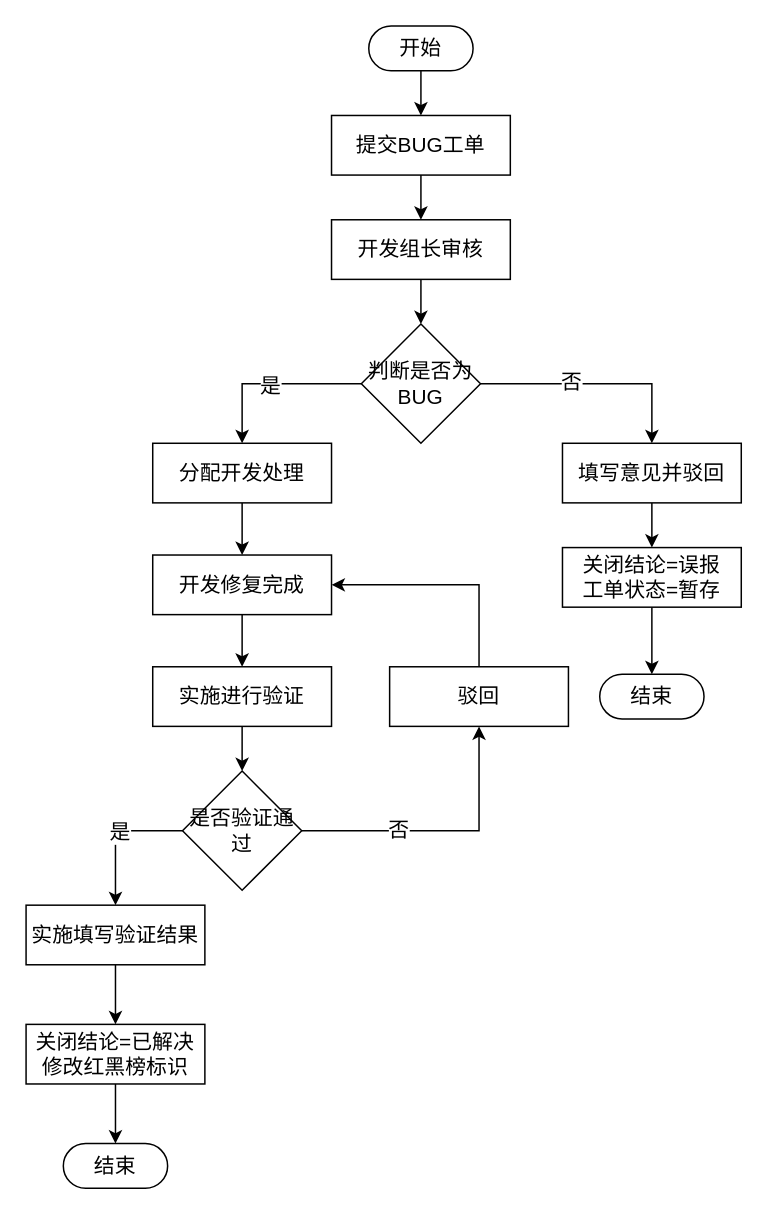
Before: 20260110BUG工单流程.drawio in Alphathur/diagram, a draw.io diagram. Source tidied: cells renumbered, new cells numbered last; positions are measured from the earlier drawing's top-left corner, leaving out a move shared by most shapes. Both pictures are drawn from the tidied source at 149%, with x=0, y=0 at pixel (25, 25).
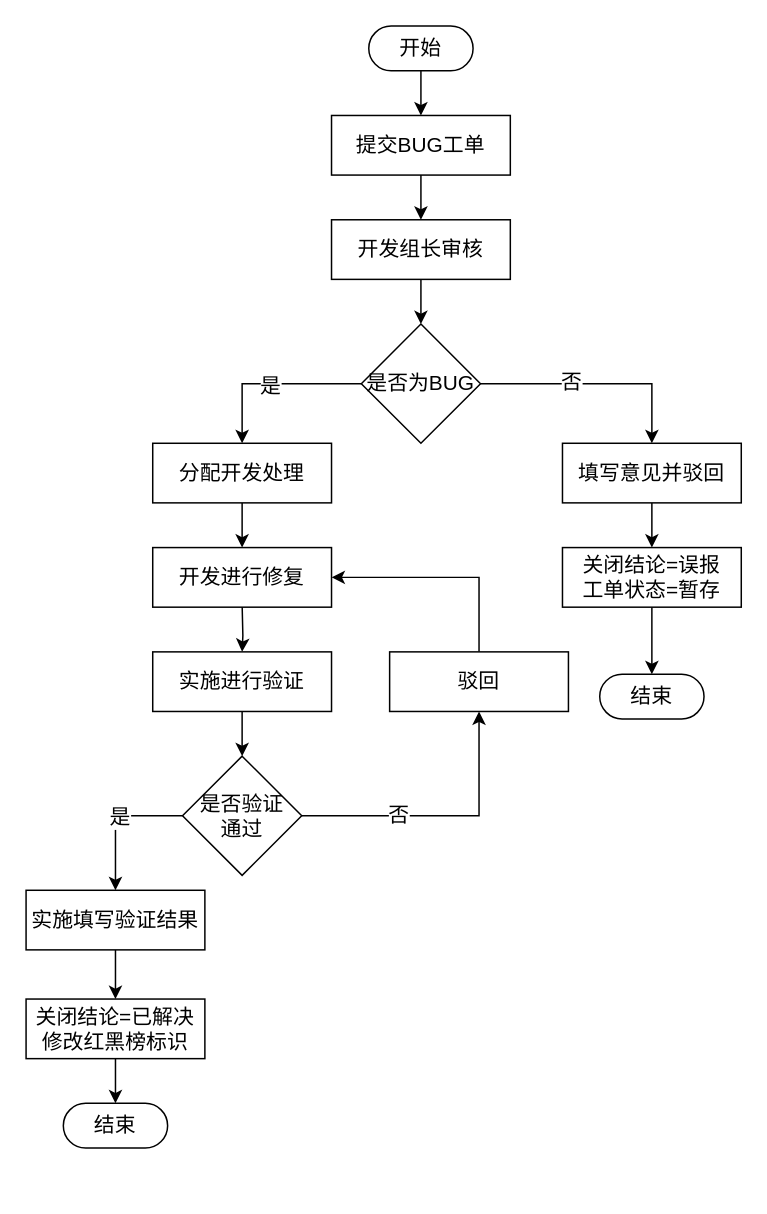
After the change.

Commit message (it also covers changes not shown here):
更新20260110BUG工单流程.drawio

What changed in the source:
```diff
@@
-    <mxCell id="11" value="判断是否为BUG" style="rhombus;whiteSpace=wrap;html=1;fontSize=14;" parent="1" vertex="1">
+    <mxCell id="11" value="是否为BUG" style="rhombus;whiteSpace=wrap;html=1;fontSize=14;" parent="1" vertex="1">
       <mxGeometry x="225" y="200" width="80" height="80" as="geometry" />
     </mxCell>
@@
-    <mxCell id="18" style="edgeStyle=orthogonalEdgeStyle;rounded=0;jettySize=auto;html=1;fontSize=14;" parent="1" edge="1" source="19" target="21">
-      <mxGeometry relative="1" as="geometry" />
+    <mxCell id="18" style="edgeStyle=orthogonalEdgeStyle;rounded=0;jettySize=auto;html=1;fontSize=14;" parent="1" edge="1" target="21">
+      <mxGeometry relative="1" as="geometry">
+        <mxPoint x="145" y="388" as="sourcePoint" />
+      </mxGeometry>
     </mxCell>
-    <mxCell id="19" value="开发修复完成" style="rounded=0;whiteSpace=wrap;html=1;fontSize=14;" parent="1" vertex="1">
-      <mxGeometry x="85" y="355" width="120" height="40" as="geometry" />
+    <mxCell id="19" value="开发进行修复" style="rounded=0;whiteSpace=wrap;html=1;fontSize=14;" parent="1" vertex="1">
+      <mxGeometry x="85" y="350" width="120" height="40" as="geometry" />
     </mxCell>
@@
     <mxCell id="21" value="实施进行验证" style="rounded=0;whiteSpace=wrap;html=1;fontSize=14;" parent="1" vertex="1">
-      <mxGeometry x="85" y="430" width="120" height="40" as="geometry" />
+      <mxGeometry x="85" y="420" width="120" height="40" as="geometry" />
     </mxCell>
@@
     <mxCell id="24" style="edgeStyle=orthogonalEdgeStyle;rounded=0;jettySize=auto;html=1;fontSize=14;" parent="1" edge="1" source="26" target="30">
       <mxGeometry relative="1" as="geometry">
         <Array as="points">
-          <mxPoint x="60" y="540" />
+          <mxPoint x="60" y="530" />
         </Array>
       </mxGeometry>
     </mxCell>
@@
-    <mxCell id="26" value="是否验证通过" style="rhombus;whiteSpace=wrap;html=1;fontSize=14;" parent="1" vertex="1">
-      <mxGeometry x="105" y="500" width="80" height="80" as="geometry" />
+    <mxCell id="26" value="是否验证&lt;br&gt;通过" style="rhombus;whiteSpace=wrap;html=1;fontSize=14;" parent="1" vertex="1">
+      <mxGeometry x="105" y="490" width="80" height="80" as="geometry" />
     </mxCell>
@@
     <mxCell id="28" value="&lt;span style=&quot;font-weight: normal;&quot;&gt;驳回&lt;/span&gt;" style="rounded=0;whiteSpace=wrap;html=1;fontStyle=1;fontSize=14;" parent="1" vertex="1">
-      <mxGeometry x="244" y="430" width="120" height="40" as="geometry" />
+      <mxGeometry x="244" y="420" width="120" height="40" as="geometry" />
     </mxCell>
@@
     <mxCell id="30" value="实施填写验证结果" style="rounded=0;whiteSpace=wrap;html=1;fontSize=14;" parent="1" vertex="1">
-      <mxGeometry y="590" width="120" height="40" as="geometry" />
+      <mxGeometry y="580" width="120" height="40" as="geometry" />
     </mxCell>
@@
     <mxCell id="34" value="关闭结论=已解决&lt;br&gt;修改红黑榜标识" style="rounded=0;whiteSpace=wrap;html=1;fontSize=14;" parent="1" vertex="1">
-      <mxGeometry y="670" width="120" height="40" as="geometry" />
+      <mxGeometry y="653" width="120" height="40" as="geometry" />
     </mxCell>
     <mxCell id="35" value="结束" style="rounded=1;whiteSpace=wrap;html=1;fontSize=14;arcSize=50;" parent="1" vertex="1">
-      <mxGeometry x="25" y="750" width="70" height="30" as="geometry" />
+      <mxGeometry x="25" y="723" width="70" height="30" as="geometry" />
     </mxCell>
```
